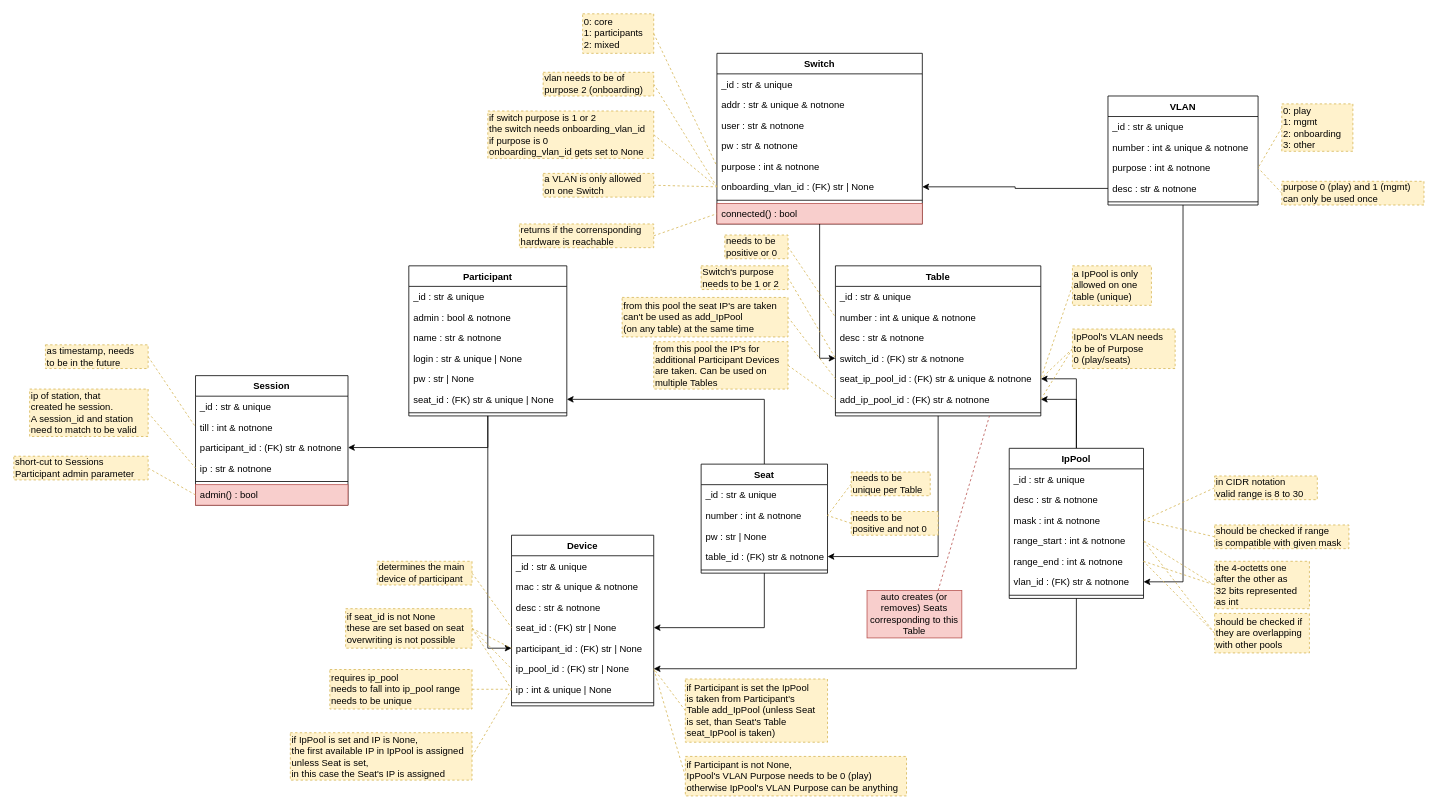
nils-ost/LanPartyOnboardingSystem keeps this draw.io diagram as docs/elements_classes.drawio. Above is the earlier version. Source tidied: cells renumbered, new cells numbered last; positions are measured from the earlier drawing's top-left corner, leaving out a move shared by most shapes. Both pictures are drawn from the tidied source at 79%, with x=0, y=0 at pixel (13, 13).
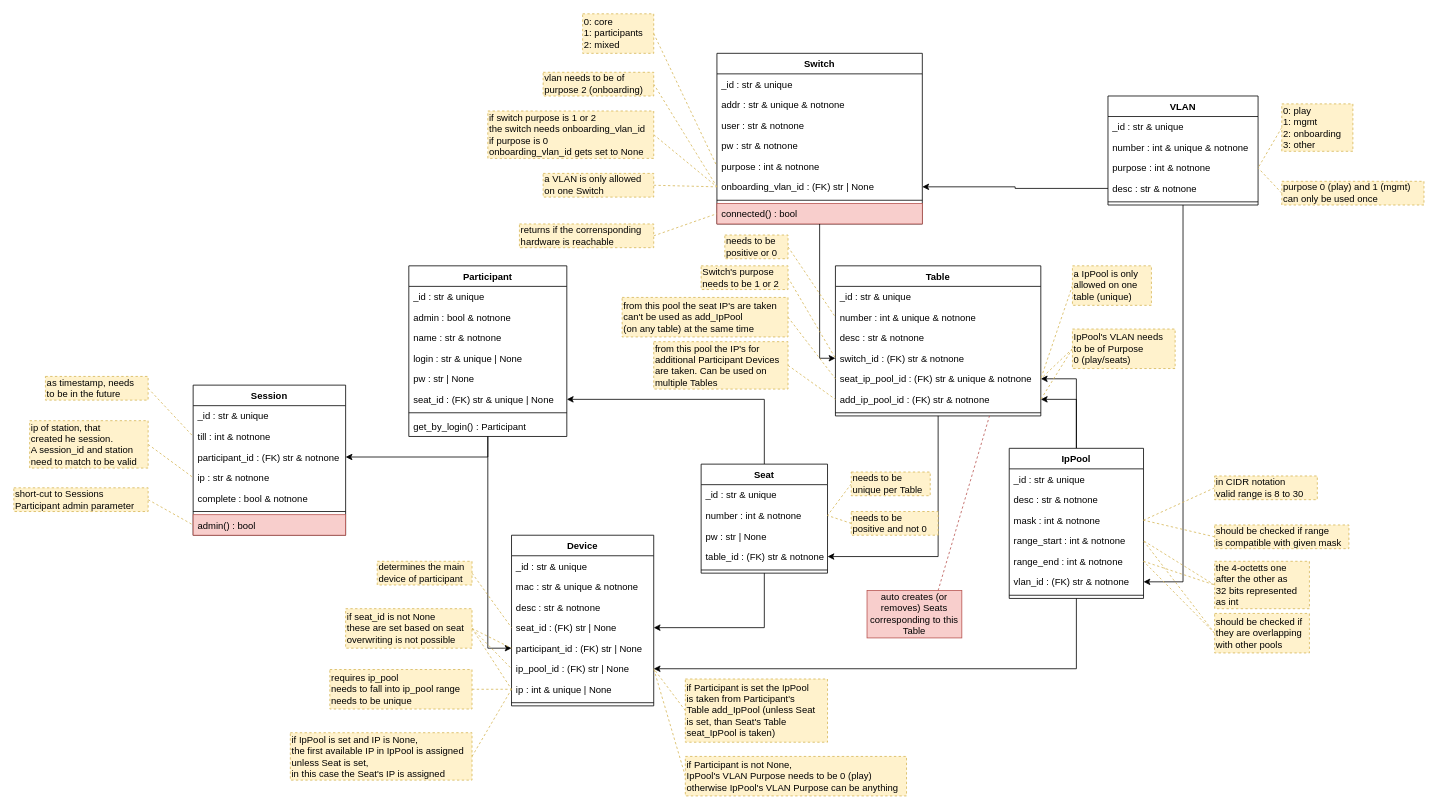
Above is the later version.

Commit message (it also covers changes not shown here):
started out login endpoint

Change to the diagram source:
```diff
@@
     <mxCell id="53" value="Participant" style="swimlane;fontStyle=1;align=center;verticalAlign=top;horizontal=1;startSize=26;" parent="1" vertex="1">
-      <mxGeometry x="500" y="319" width="200" height="190" as="geometry" />
+      <mxGeometry x="500" y="319" width="200" height="216" as="geometry" />
     </mxCell>
@@
+    <mxCell id="137" value="get_by_login() : Participant" style="text;strokeColor=none;fillColor=none;align=left;verticalAlign=top;spacingLeft=4;spacingRight=4;overflow=hidden;" parent="53" vertex="1">
+      <mxGeometry y="190" width="200" height="26" as="geometry" />
+    </mxCell>
@@
     <mxCell id="77" value="Session" style="swimlane;fontStyle=1;align=center;verticalAlign=top;horizontal=1;startSize=26;" parent="1" vertex="1">
-      <mxGeometry x="230" y="458" width="193" height="164" as="geometry" />
+      <mxGeometry x="227" y="470" width="193" height="190" as="geometry" />
     </mxCell>
@@
+    <mxCell id="138" value="complete : bool &amp; notnone" style="text;align=left;verticalAlign=top;spacingLeft=4;spacingRight=4;overflow=hidden;" parent="77" vertex="1">
+      <mxGeometry y="130" width="193" height="26" as="geometry" />
+    </mxCell>
     <mxCell id="82" style="line;strokeWidth=1;fillColor=none;align=left;verticalAlign=middle;spacingTop=-1;spacingLeft=3;spacingRight=3;labelPosition=right;" parent="77" vertex="1">
-      <mxGeometry y="130" width="193" height="8" as="geometry" />
+      <mxGeometry y="156" width="193" height="8" as="geometry" />
     </mxCell>
     <mxCell id="83" value="admin() : bool" style="text;strokeColor=#b85450;fillColor=#f8cecc;align=left;verticalAlign=top;spacingLeft=4;spacingRight=4;overflow=hidden;points=[[0,0.5],[1,0.5]];portConstraint=eastwest;" parent="77" vertex="1">
-      <mxGeometry y="138" width="193" height="26" as="geometry" />
+      <mxGeometry y="164" width="193" height="26" as="geometry" />
     </mxCell>
@@
     <mxCell id="85" value="ip of station, that&lt;br&gt;created he session.&lt;br&gt;A session_id and station&lt;br&gt;need to match to be valid" style="rounded=0;whiteSpace=wrap;html=1;fillColor=#fff2cc;strokeColor=#d6b656;dashed=1;align=left;verticalAlign=middle;horizontal=1;labelPosition=center;verticalLabelPosition=middle;" parent="1" vertex="1">
-      <mxGeometry x="20" y="475" width="150" height="60" as="geometry" />
+      <mxGeometry x="20" y="515" width="150" height="60" as="geometry" />
     </mxCell>
@@
     <mxCell id="88" value="short-cut to Sessions &lt;br&gt;Participant admin parameter" style="rounded=0;whiteSpace=wrap;html=1;fillColor=#fff2cc;strokeColor=#d6b656;dashed=1;align=left;verticalAlign=middle;horizontal=1;labelPosition=center;verticalLabelPosition=middle;" parent="1" vertex="1">
-      <mxGeometry y="560" width="170" height="30" as="geometry" />
+      <mxGeometry y="600" width="170" height="30" as="geometry" />
     </mxCell>
@@
     <mxCell id="136" value="as timestamp, needs&lt;br&gt;to be in the future" style="rounded=0;whiteSpace=wrap;html=1;fillColor=#fff2cc;strokeColor=#d6b656;dashed=1;align=left;verticalAlign=middle;horizontal=1;labelPosition=center;verticalLabelPosition=middle;" parent="1" vertex="1">
-      <mxGeometry x="40" y="419" width="130" height="30" as="geometry" />
+      <mxGeometry x="40" y="459" width="130" height="30" as="geometry" />
     </mxCell>
```
